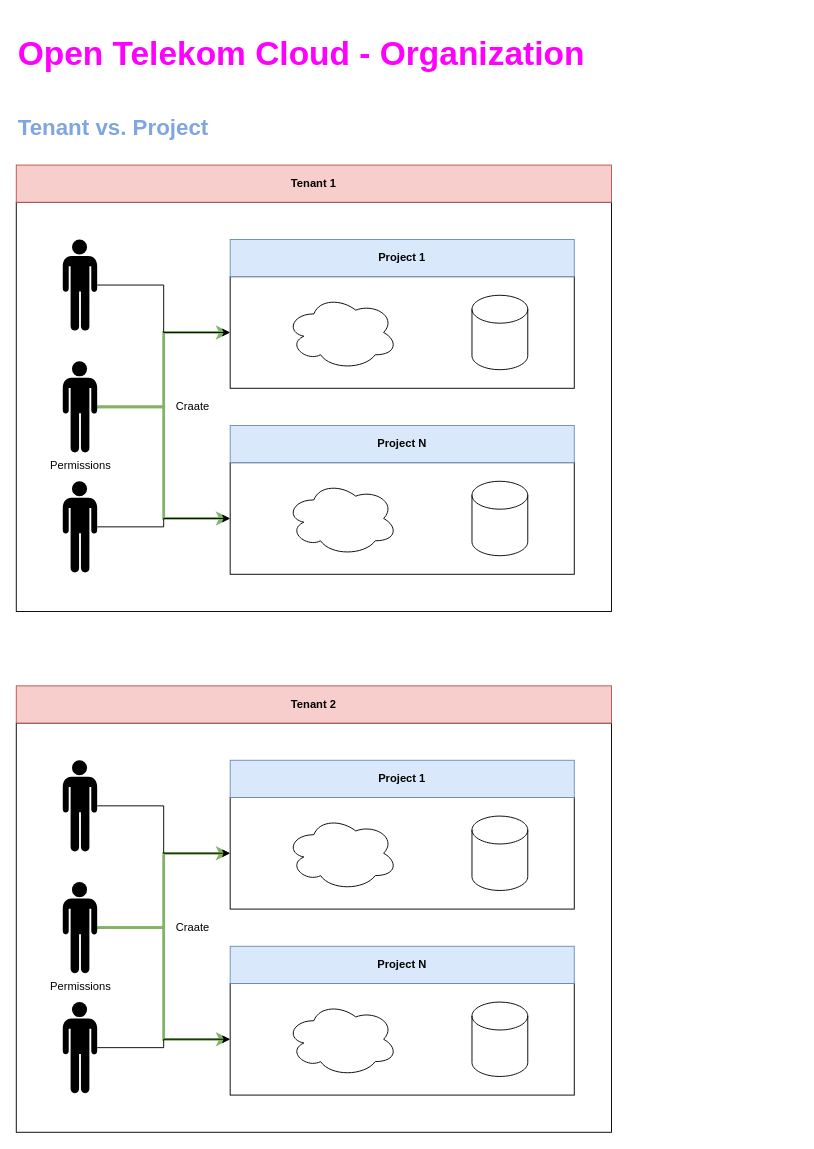
Earlier version of the draw.io diagram page "Tenant vs Project" (1 of 2) of Organization.drawio (themue/OTC). Source tidied: cells renumbered, new cells numbered last; positions are measured from the earlier drawing's top-left corner, leaving out a move shared by most shapes. Both pictures are drawn from the tidied source at 93%, with x=0, y=0 at pixel (16, 16).
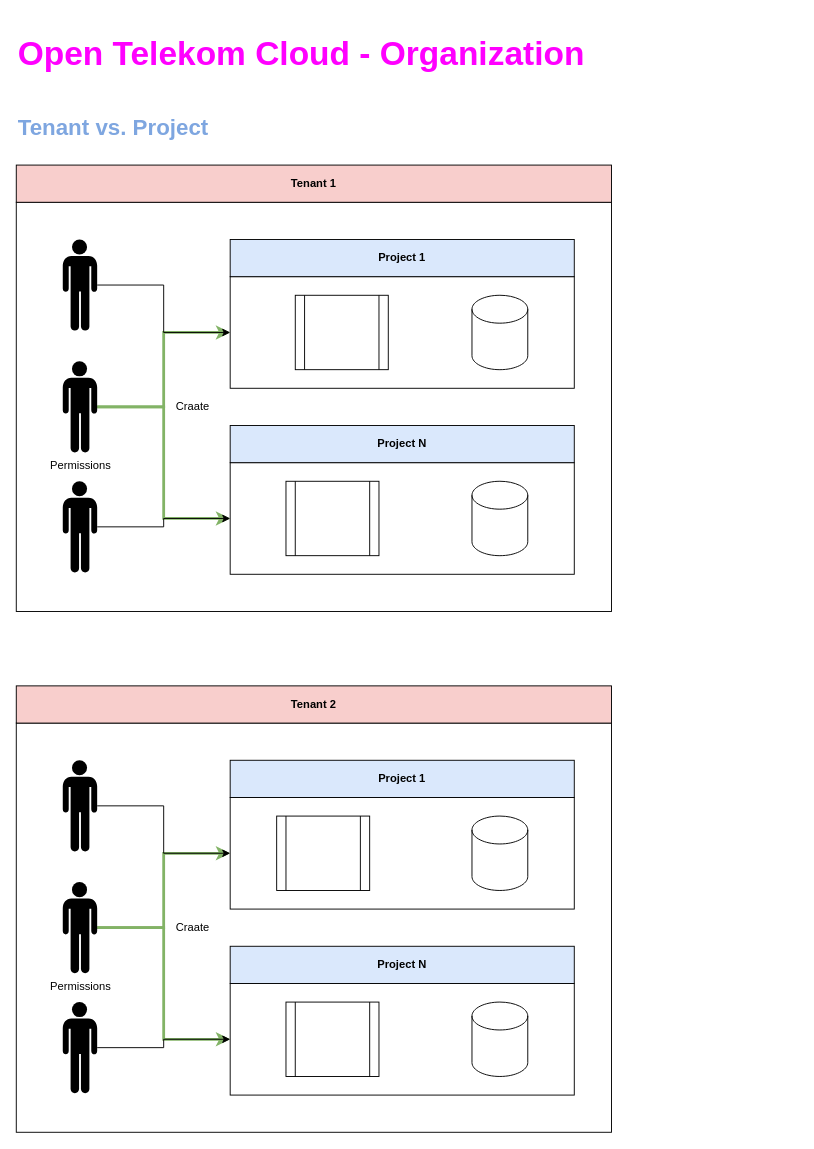
After the change.

The edit, as a diff of the source:
```diff
@@
-    <mxCell id="5" value="&lt;b&gt;Tenant 1&lt;/b&gt;" style="rounded=0;whiteSpace=wrap;html=1;fillColor=#f8cecc;strokeColor=#b85450;" parent="1" vertex="1">
+    <mxCell id="5" value="&lt;b&gt;Tenant 1&lt;/b&gt;" style="rounded=0;whiteSpace=wrap;html=1;fillColor=#f8cecc;strokeColor=#000000;" parent="1" vertex="1">
       <mxGeometry y="160" width="640" height="40" as="geometry" />
     </mxCell>
@@
-    <mxCell id="10" value="&lt;b&gt;Project 1&lt;/b&gt;" style="rounded=0;whiteSpace=wrap;html=1;fillColor=#dae8fc;strokeColor=#6c8ebf;" parent="1" vertex="1">
+    <mxCell id="10" value="&lt;b&gt;Project 1&lt;/b&gt;" style="rounded=0;whiteSpace=wrap;html=1;fillColor=#dae8fc;strokeColor=#000000;" parent="1" vertex="1">
       <mxGeometry x="230" y="240" width="370" height="40" as="geometry" />
     </mxCell>
@@
-    <mxCell id="12" value="&lt;b&gt;Project N&lt;/b&gt;" style="rounded=0;whiteSpace=wrap;html=1;fillColor=#dae8fc;strokeColor=#6c8ebf;" parent="1" vertex="1">
+    <mxCell id="12" value="&lt;b&gt;Project N&lt;/b&gt;" style="rounded=0;whiteSpace=wrap;html=1;fillColor=#dae8fc;strokeColor=#000000;" parent="1" vertex="1">
       <mxGeometry x="230" y="440" width="370" height="40" as="geometry" />
     </mxCell>
@@
-    <mxCell id="18" style="ellipse;shape=cloud;whiteSpace=wrap;html=1;" parent="1" vertex="1">
-      <mxGeometry x="290" y="300" width="120" height="80" as="geometry" />
-    </mxCell>
@@
-    <mxCell id="20" style="ellipse;shape=cloud;whiteSpace=wrap;html=1;" parent="1" vertex="1">
-      <mxGeometry x="290" y="500" width="120" height="80" as="geometry" />
-    </mxCell>
@@
-    <mxCell id="23" value="&lt;b&gt;Tenant 2&lt;/b&gt;" style="rounded=0;whiteSpace=wrap;html=1;fillColor=#f8cecc;strokeColor=#b85450;" parent="1" vertex="1">
+    <mxCell id="23" value="&lt;b&gt;Tenant 2&lt;/b&gt;" style="rounded=0;whiteSpace=wrap;html=1;fillColor=#f8cecc;strokeColor=#000000;" parent="1" vertex="1">
       <mxGeometry y="720" width="640" height="40" as="geometry" />
     </mxCell>
@@
-    <mxCell id="28" value="&lt;b&gt;Project 1&lt;/b&gt;" style="rounded=0;whiteSpace=wrap;html=1;fillColor=#dae8fc;strokeColor=#6c8ebf;" parent="1" vertex="1">
+    <mxCell id="28" value="&lt;b&gt;Project 1&lt;/b&gt;" style="rounded=0;whiteSpace=wrap;html=1;fillColor=#dae8fc;strokeColor=#000000;" parent="1" vertex="1">
       <mxGeometry x="230" y="800" width="370" height="40" as="geometry" />
     </mxCell>
@@
-    <mxCell id="30" value="&lt;b&gt;Project N&lt;/b&gt;" style="rounded=0;whiteSpace=wrap;html=1;fillColor=#dae8fc;strokeColor=#6c8ebf;" parent="1" vertex="1">
+    <mxCell id="30" value="&lt;b&gt;Project N&lt;/b&gt;" style="rounded=0;whiteSpace=wrap;html=1;fillColor=#dae8fc;strokeColor=#000000;" parent="1" vertex="1">
       <mxGeometry x="230" y="1000" width="370" height="40" as="geometry" />
     </mxCell>
@@
-    <mxCell id="36" style="ellipse;shape=cloud;whiteSpace=wrap;html=1;" parent="1" vertex="1">
-      <mxGeometry x="290" y="860" width="120" height="80" as="geometry" />
-    </mxCell>
@@
-    <mxCell id="38" style="ellipse;shape=cloud;whiteSpace=wrap;html=1;" parent="1" vertex="1">
-      <mxGeometry x="290" y="1060" width="120" height="80" as="geometry" />
-    </mxCell>
@@
+    <mxCell id="40" style="shape=process;whiteSpace=wrap;html=1;backgroundOutline=1;" parent="1" vertex="1">
+      <mxGeometry x="300" y="300" width="100" height="80" as="geometry" />
+    </mxCell>
+    <mxCell id="41" style="shape=process;whiteSpace=wrap;html=1;backgroundOutline=1;" parent="1" vertex="1">
+      <mxGeometry x="290" y="500" width="100" height="80" as="geometry" />
+    </mxCell>
+    <mxCell id="42" style="shape=process;whiteSpace=wrap;html=1;backgroundOutline=1;" parent="1" vertex="1">
+      <mxGeometry x="280" y="860" width="100" height="80" as="geometry" />
+    </mxCell>
+    <mxCell id="43" style="shape=process;whiteSpace=wrap;html=1;backgroundOutline=1;" parent="1" vertex="1">
+      <mxGeometry x="290" y="1060" width="100" height="80" as="geometry" />
+    </mxCell>
```
